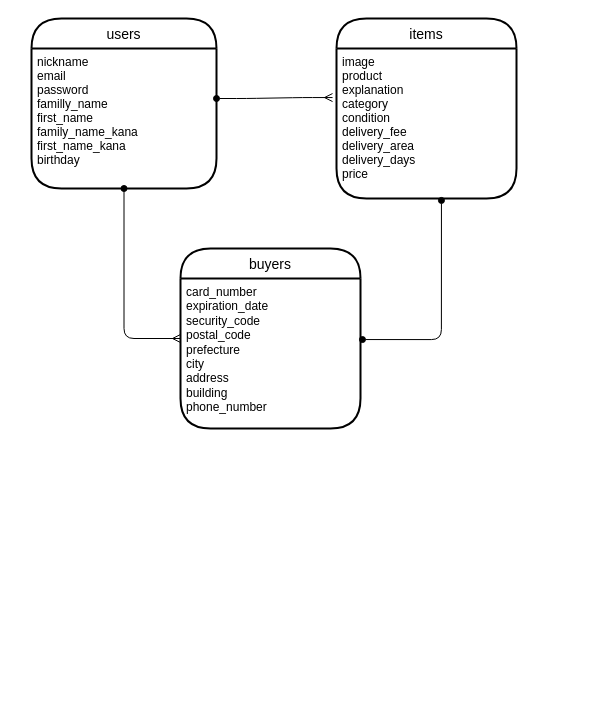
Before: furima.dio in sayaka-ando/furima-32554, a draw.io diagram. Source tidied: cells renumbered, new cells numbered last; positions are measured from the earlier drawing's top-left corner, leaving out a move shared by most shapes. Both pictures are drawn from the tidied source at 100%, with x=0, y=0 at pixel (31, 18).
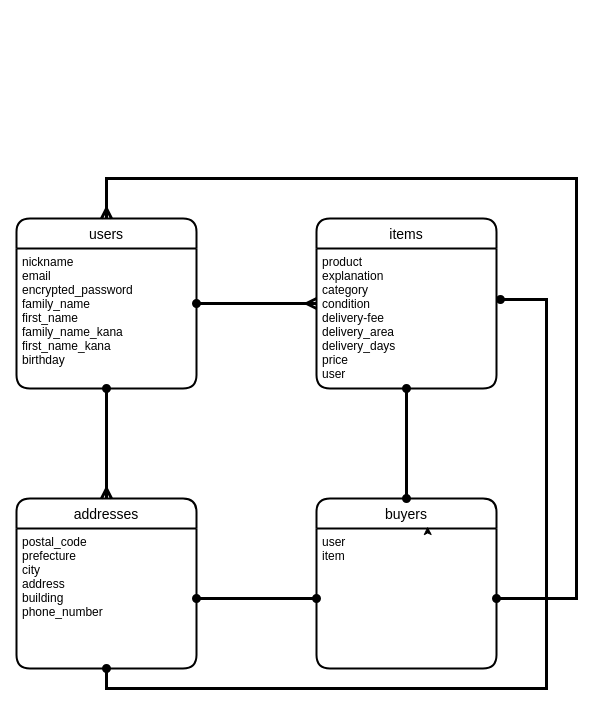
Above is the later version.

Commit message (it also covers changes not shown here):
テーブル情報の修正

What changed in the source:
```diff
@@
-    <mxCell id="2" value="users" style="swimlane;horizontal=1;startSize=30;rounded=1;fontSize=14;fontStyle=0;strokeWidth=2;shadow=0;dashed=0;align=center;arcSize=38;" parent="1" vertex="1">
-      <mxGeometry width="185" height="170" as="geometry" />
+    <mxCell id="2" value="users" style="swimlane;horizontal=1;startSize=30;rounded=1;fontSize=14;fontStyle=0;strokeWidth=2;shadow=0;dashed=0;align=center;" parent="1" vertex="1">
+      <mxGeometry x="-15" y="200" width="180" height="170" as="geometry" />
     </mxCell>
-    <mxCell id="3" value="nickname&#10;email&#10;password&#10;familly_name&#10;first_name&#10;family_name_kana&#10;first_name_kana&#10;birthday" style="align=left;strokeColor=none;fillColor=none;spacingLeft=4;fontSize=12;verticalAlign=top;" parent="2" vertex="1">
-      <mxGeometry y="30" width="185" height="140" as="geometry" />
-    </mxCell>
-    <mxCell id="4" style="edgeStyle=orthogonalEdgeStyle;curved=0;rounded=1;sketch=0;jettySize=auto;html=1;entryX=0.583;entryY=1.013;entryDx=0;entryDy=0;entryPerimeter=0;exitX=1.011;exitY=0.407;exitDx=0;exitDy=0;exitPerimeter=0;startArrow=oval;startFill=1;endArrow=oval;endFill=1;" parent="1" edge="1" source="6" target="8">
-      <mxGeometry relative="1" as="geometry">
-        <Array as="points">
-          <mxPoint x="410" y="321" />
-        </Array>
-      </mxGeometry>
-    </mxCell>
+    <mxCell id="11" value="nickname&#10;email&#10;encrypted_password&#10;family_name&#10;first_name&#10;family_name_kana&#10;first_name_kana&#10;birthday" style="align=left;strokeColor=none;fillColor=none;spacingLeft=4;fontSize=12;verticalAlign=top;" parent="2" vertex="1">
+      <mxGeometry y="30" width="180" height="140" as="geometry" />
+    </mxCell>
+    <mxCell id="12" style="edgeStyle=orthogonalEdgeStyle;rounded=0;jettySize=auto;html=1;exitX=0;exitY=0.5;exitDx=0;exitDy=0;entryX=1;entryY=0.5;entryDx=0;entryDy=0;endArrow=oval;endFill=1;startArrow=ERmany;startFill=0;strokeWidth=3;" parent="1" edge="1" source="7" target="2">
+      <mxGeometry relative="1" as="geometry" />
+    </mxCell>
+    <mxCell id="7" value="items" style="swimlane;horizontal=1;startSize=30;rounded=1;fontSize=14;fontStyle=0;strokeWidth=2;shadow=0;dashed=0;align=center;" parent="1" vertex="1">
+      <mxGeometry x="285" y="200" width="180" height="170" as="geometry" />
+    </mxCell>
+    <mxCell id="13" value="product&#10;explanation&#10;category&#10;condition&#10;delivery-fee&#10;delivery_area&#10;delivery_days&#10;price&#10;user" style="align=left;strokeColor=none;fillColor=none;spacingLeft=4;fontSize=12;verticalAlign=top;" parent="7" vertex="1">
+      <mxGeometry y="30" width="180" height="140" as="geometry" />
+    </mxCell>
+    <mxCell id="14" value="addresses" style="swimlane;horizontal=1;startSize=30;rounded=1;fontSize=14;fontStyle=0;strokeWidth=2;shadow=0;dashed=0;align=center;" parent="1" vertex="1">
+      <mxGeometry x="-15" y="480" width="180" height="170" as="geometry" />
+    </mxCell>
+    <mxCell id="15" value="postal_code&#10;prefecture&#10;city&#10;address&#10;building&#10;phone_number" style="align=left;strokeColor=none;fillColor=none;spacingLeft=4;fontSize=12;verticalAlign=top;" parent="14" vertex="1">
+      <mxGeometry y="30" width="180" height="140" as="geometry" />
+    </mxCell>
-    <mxCell id="5" value="buyers" style="swimlane;horizontal=1;startSize=30;rounded=1;fontSize=14;fontStyle=0;strokeWidth=2;shadow=0;dashed=0;align=center;arcSize=38;" parent="1" vertex="1">
-      <mxGeometry x="149" y="230" width="180" height="180" as="geometry" />
+    <mxCell id="5" value="buyers" style="swimlane;horizontal=1;startSize=30;rounded=1;fontSize=14;fontStyle=0;strokeWidth=2;shadow=0;dashed=0;align=center;" parent="1" vertex="1">
+      <mxGeometry x="285" y="480" width="180" height="170" as="geometry" />
     </mxCell>
-    <mxCell id="6" value="card_number&#10;expiration_date&#10;security_code&#10;postal_code&#10;prefecture&#10;city&#10;address&#10;building&#10;phone_number&#10;" style="align=left;strokeColor=none;fillColor=none;spacingLeft=4;fontSize=12;verticalAlign=top;whiteSpace=wrap;" parent="5" vertex="1">
-      <mxGeometry y="30" width="180" height="150" as="geometry" />
-    </mxCell>
-    <mxCell id="7" value="items" style="swimlane;horizontal=1;startSize=30;rounded=1;fontSize=14;fontStyle=0;strokeWidth=2;shadow=0;dashed=0;align=center;arcSize=38;" parent="1" vertex="1">
-      <mxGeometry x="305" width="180" height="180" as="geometry" />
-    </mxCell>
-    <mxCell id="8" value="image&#10;product&#10;explanation&#10;category&#10;condition&#10;delivery_fee&#10;delivery_area&#10;delivery_days&#10;price&#10;" style="align=left;strokeColor=none;fillColor=none;spacingLeft=4;fontSize=12;verticalAlign=top;" parent="7" vertex="1">
-      <mxGeometry y="30" width="180" height="150" as="geometry" />
-    </mxCell>
-    <mxCell id="9" style="edgeStyle=entityRelationEdgeStyle;fontSize=12;html=1;endArrow=ERmany;entryX=-0.022;entryY=0.327;entryDx=0;entryDy=0;entryPerimeter=0;startArrow=oval;startFill=1;" parent="1" edge="1" target="8">
-      <mxGeometry relative="1" as="geometry">
-        <mxPoint x="185" y="80" as="sourcePoint" />
-      </mxGeometry>
-    </mxCell>
-    <mxCell id="10" style="edgeStyle=orthogonalEdgeStyle;curved=0;rounded=1;sketch=0;jettySize=auto;html=1;entryX=0;entryY=0.5;entryDx=0;entryDy=0;startArrow=oval;startFill=1;endArrow=ERmany;endFill=0;" parent="1" edge="1" source="3" target="5">
-      <mxGeometry relative="1" as="geometry" />
-    </mxCell>
+    <mxCell id="16" value="user&#10;item" style="align=left;strokeColor=none;fillColor=none;spacingLeft=4;fontSize=12;verticalAlign=top;" parent="5" vertex="1">
+      <mxGeometry y="30" width="180" height="140" as="geometry" />
+    </mxCell>
+    <mxCell id="17" style="edgeStyle=orthogonalEdgeStyle;rounded=0;orthogonalLoop=1;jettySize=auto;html=1;exitX=0.75;exitY=0;exitDx=0;exitDy=0;entryX=0.617;entryY=-0.014;entryDx=0;entryDy=0;entryPerimeter=0;" parent="5" edge="1" source="16" target="16">
+      <mxGeometry relative="1" as="geometry" />
+    </mxCell>
+    <mxCell id="18" style="edgeStyle=orthogonalEdgeStyle;rounded=0;jettySize=auto;html=1;exitX=0.5;exitY=1;exitDx=0;exitDy=0;entryX=0.5;entryY=0;entryDx=0;entryDy=0;endArrow=ERmany;endFill=0;startArrow=oval;startFill=1;strokeWidth=3;" parent="1" edge="1" source="11" target="14">
+      <mxGeometry relative="1" as="geometry" />
+    </mxCell>
+    <mxCell id="19" style="edgeStyle=orthogonalEdgeStyle;rounded=0;jettySize=auto;html=1;exitX=0.5;exitY=1;exitDx=0;exitDy=0;entryX=0.5;entryY=0;entryDx=0;entryDy=0;startArrow=oval;startFill=1;endArrow=oval;endFill=1;strokeWidth=3;" parent="1" edge="1" source="13" target="5">
+      <mxGeometry relative="1" as="geometry" />
+    </mxCell>
+    <mxCell id="20" style="edgeStyle=orthogonalEdgeStyle;rounded=0;jettySize=auto;html=1;exitX=1;exitY=0.5;exitDx=0;exitDy=0;startArrow=oval;startFill=1;endArrow=oval;endFill=1;strokeWidth=3;" parent="1" edge="1" source="15">
+      <mxGeometry relative="1" as="geometry">
+        <mxPoint x="285" y="580" as="targetPoint" />
+      </mxGeometry>
+    </mxCell>
+    <mxCell id="21" style="edgeStyle=orthogonalEdgeStyle;rounded=0;jettySize=auto;html=1;exitX=0.5;exitY=1;exitDx=0;exitDy=0;entryX=1.022;entryY=0.364;entryDx=0;entryDy=0;entryPerimeter=0;startArrow=oval;startFill=1;endArrow=oval;endFill=1;strokeWidth=3;" parent="1" edge="1" source="15" target="13">
+      <mxGeometry relative="1" as="geometry">
+        <Array as="points">
+          <mxPoint x="75" y="670" />
+          <mxPoint x="515" y="670" />
+          <mxPoint x="515" y="281" />
+        </Array>
+      </mxGeometry>
+    </mxCell>
+    <mxCell id="22" style="edgeStyle=orthogonalEdgeStyle;rounded=0;jettySize=auto;html=1;exitX=1;exitY=0.5;exitDx=0;exitDy=0;entryX=0.5;entryY=0;entryDx=0;entryDy=0;startArrow=oval;startFill=1;endArrow=ERmany;endFill=0;strokeWidth=3;" parent="1" edge="1" source="16" target="2">
+      <mxGeometry relative="1" as="geometry">
+        <Array as="points">
+          <mxPoint x="545" y="580" />
+          <mxPoint x="545" y="160" />
+          <mxPoint x="75" y="160" />
+        </Array>
+      </mxGeometry>
+    </mxCell>
```
